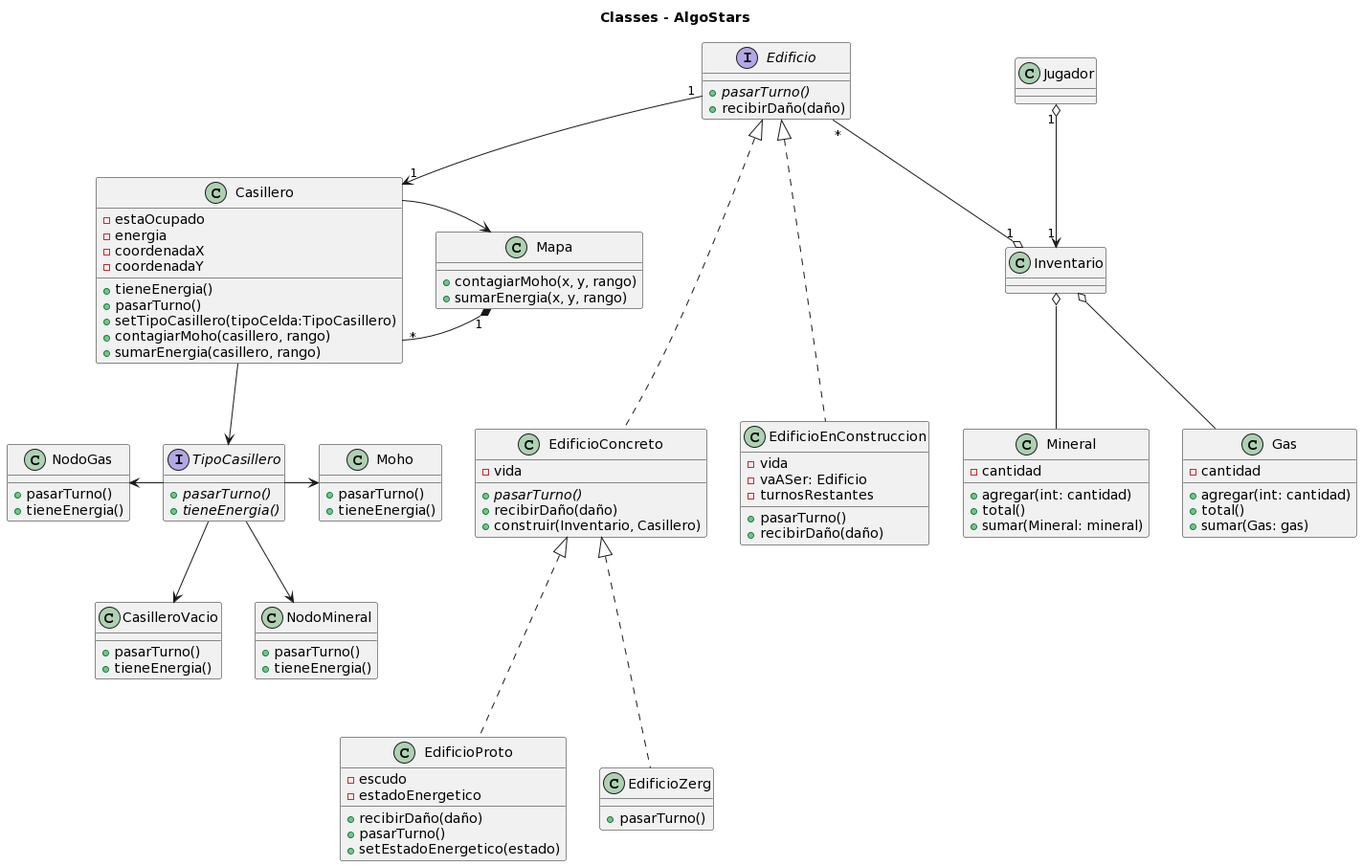
m-cabrerar/AlgoStar keeps this PlantUML diagram as diagrams/classes/clasesTentativas.png. Above is the earlier version.
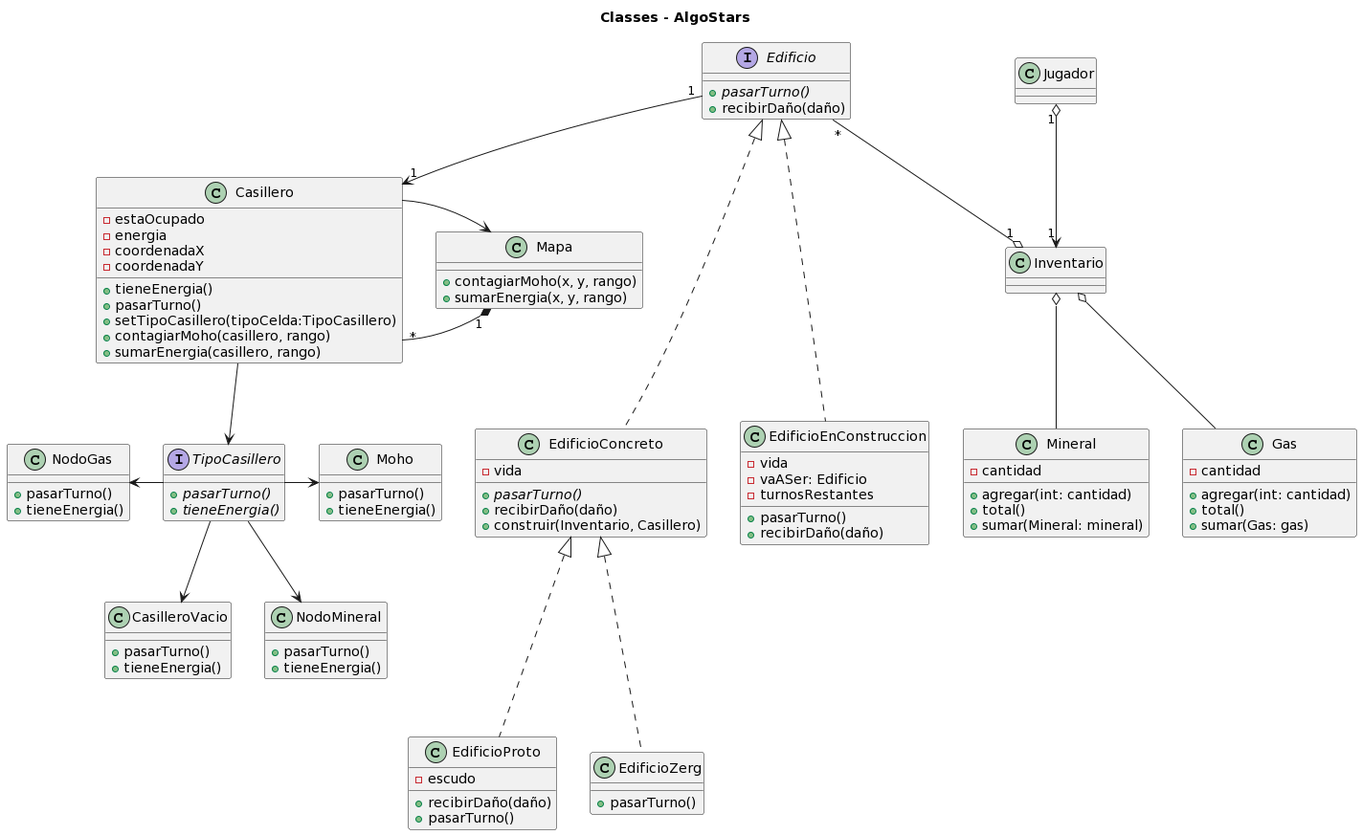
After the change.

Commit message:
update diagrama de clases

What changed in the source:
```diff
@@ -27,10 +27,8 @@
 
 class EdificioProto {
     - escudo
-    - estadoEnergetico
     + recibirDaño(daño)
     + pasarTurno()
-    + setEstadoEnergetico(estado)
 }
 
 class EdificioZerg {
```
